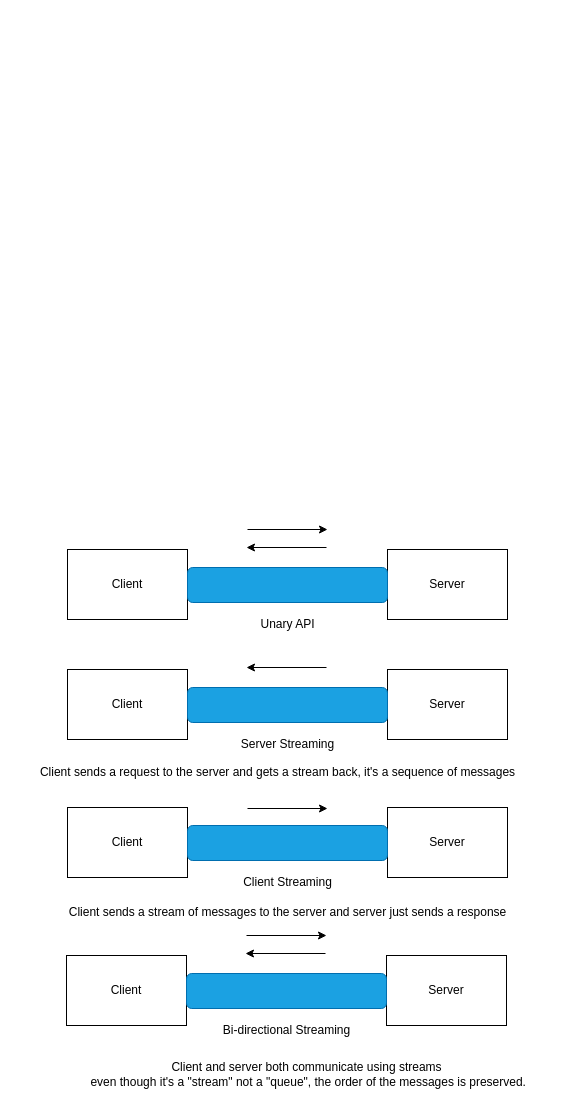
Earlier version of the draw.io diagram page "gRPC" (3 of 3) of BE/technical/oops.drawio (afflato/system). Source tidied: cells renumbered, new cells numbered last; positions are measured from the earlier drawing's top-left corner, leaving out a move shared by most shapes. Both pictures are drawn from the tidied source at 100%, with x=0, y=0 at pixel (17, 529).
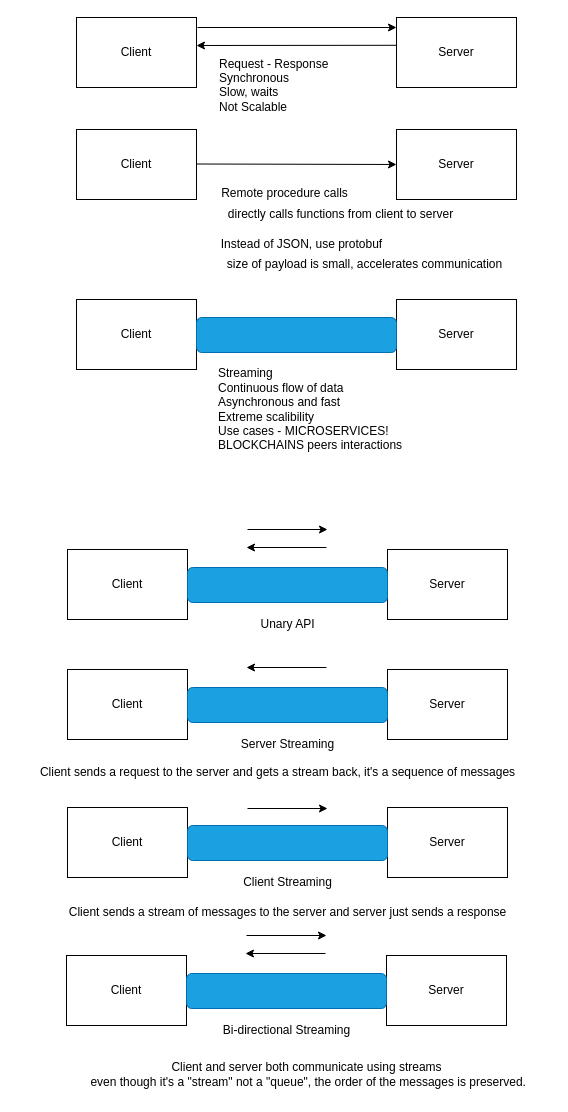
The same diagram, later.

What changed in the source:
```diff
@@
+    <mxCell id="27" value="Client" style="rounded=0;whiteSpace=wrap;html=1;" parent="1" vertex="1">
+      <mxGeometry x="59" y="-400" width="120" height="70" as="geometry" />
+    </mxCell>
+    <mxCell id="28" value="Server" style="rounded=0;whiteSpace=wrap;html=1;" parent="1" vertex="1">
+      <mxGeometry x="379" y="-400" width="120" height="70" as="geometry" />
+    </mxCell>
+    <mxCell id="29" value="&lt;div&gt;Remote procedure calls&lt;/div&gt;&lt;div&gt;&lt;br&gt;&lt;/div&gt;" style="text;html=1;align=center;verticalAlign=middle;strokeColor=none;fillColor=none;" parent="1" vertex="1">
+      <mxGeometry x="187" y="-349" width="160" height="40" as="geometry" />
+    </mxCell>
+    <mxCell id="30" style="endArrow=classic;html=1;rounded=0;entryX=0;entryY=0.5;entryDx=0;entryDy=0;" parent="1" edge="1" target="28">
+      <mxGeometry relative="1" as="geometry">
+        <mxPoint x="179" y="-365.5" as="sourcePoint" />
+      </mxGeometry>
+    </mxCell>
+    <mxCell id="31" value="directly calls functions from client to server" style="text;html=1;align=center;verticalAlign=middle;strokeColor=none;fillColor=none;" parent="1" vertex="1">
+      <mxGeometry x="188" y="-330" width="270" height="30" as="geometry" />
+    </mxCell>
+    <mxCell id="32" value="Instead of JSON, use protobuf" style="text;html=1;align=center;verticalAlign=middle;strokeColor=none;fillColor=none;" parent="1" vertex="1">
+      <mxGeometry x="189" y="-300" width="190" height="30" as="geometry" />
+    </mxCell>
+    <mxCell id="33" value="size of payload is small, accelerates communication" style="text;html=1;align=center;verticalAlign=middle;strokeColor=none;fillColor=none;" parent="1" vertex="1">
+      <mxGeometry x="187" y="-280" width="320" height="30" as="geometry" />
+    </mxCell>
+    <mxCell id="34" value="Client" style="rounded=0;whiteSpace=wrap;html=1;" parent="1" vertex="1">
+      <mxGeometry x="59" y="-230" width="120" height="70" as="geometry" />
+    </mxCell>
+    <mxCell id="35" value="Server" style="rounded=0;whiteSpace=wrap;html=1;" parent="1" vertex="1">
+      <mxGeometry x="379" y="-230" width="120" height="70" as="geometry" />
+    </mxCell>
+    <mxCell id="36" style="rounded=1;whiteSpace=wrap;html=1;fillColor=#1ba1e2;fontColor=#ffffff;strokeColor=#006EAF;" parent="1" vertex="1">
+      <mxGeometry x="179" y="-212" width="200" height="35" as="geometry" />
+    </mxCell>
+    <mxCell id="37" value="&lt;div&gt;Streaming&lt;/div&gt;&lt;div&gt;Continuous flow of data&lt;/div&gt;&lt;div&gt;Asynchronous and fast&lt;/div&gt;&lt;div&gt;Extreme scalibility&lt;/div&gt;&lt;div&gt;Use cases - MICROSERVICES!&lt;/div&gt;&lt;div&gt;BLOCKCHAINS peers interactions&lt;/div&gt;" style="text;html=1;align=left;verticalAlign=middle;strokeColor=none;fillColor=none;" parent="1" vertex="1">
+      <mxGeometry x="199" y="-170" width="210" height="100" as="geometry" />
+    </mxCell>
+    <mxCell id="38" value="Client" style="rounded=0;whiteSpace=wrap;html=1;" parent="1" vertex="1">
+      <mxGeometry x="59" y="-512" width="120" height="70" as="geometry" />
+    </mxCell>
+    <mxCell id="39" value="Server" style="rounded=0;whiteSpace=wrap;html=1;" parent="1" vertex="1">
+      <mxGeometry x="379" y="-512" width="120" height="70" as="geometry" />
+    </mxCell>
+    <mxCell id="40" style="endArrow=classic;html=1;rounded=0;entryX=0;entryY=0.143;entryDx=0;entryDy=0;entryPerimeter=0;" parent="1" edge="1" target="39">
+      <mxGeometry relative="1" as="geometry">
+        <mxPoint x="180" y="-502" as="sourcePoint" />
+      </mxGeometry>
+    </mxCell>
+    <mxCell id="41" style="endArrow=none;html=1;rounded=0;startArrow=classic;startFill=1;endFill=0;entryX=0.004;entryY=0.397;entryDx=0;entryDy=0;entryPerimeter=0;" parent="1" edge="1" target="39">
+      <mxGeometry relative="1" as="geometry">
+        <mxPoint x="179" y="-484" as="sourcePoint" />
+      </mxGeometry>
+    </mxCell>
+    <mxCell id="42" value="Request - Response&lt;br&gt;Synchronous&lt;br&gt;Slow, waits&lt;br&gt;Not Scalable&lt;div&gt;&lt;br&gt;&lt;/div&gt;" style="text;html=1;align=left;verticalAlign=middle;strokeColor=none;fillColor=none;" parent="1" vertex="1">
+      <mxGeometry x="200" y="-482" width="130" height="90" as="geometry" />
+    </mxCell>
```
